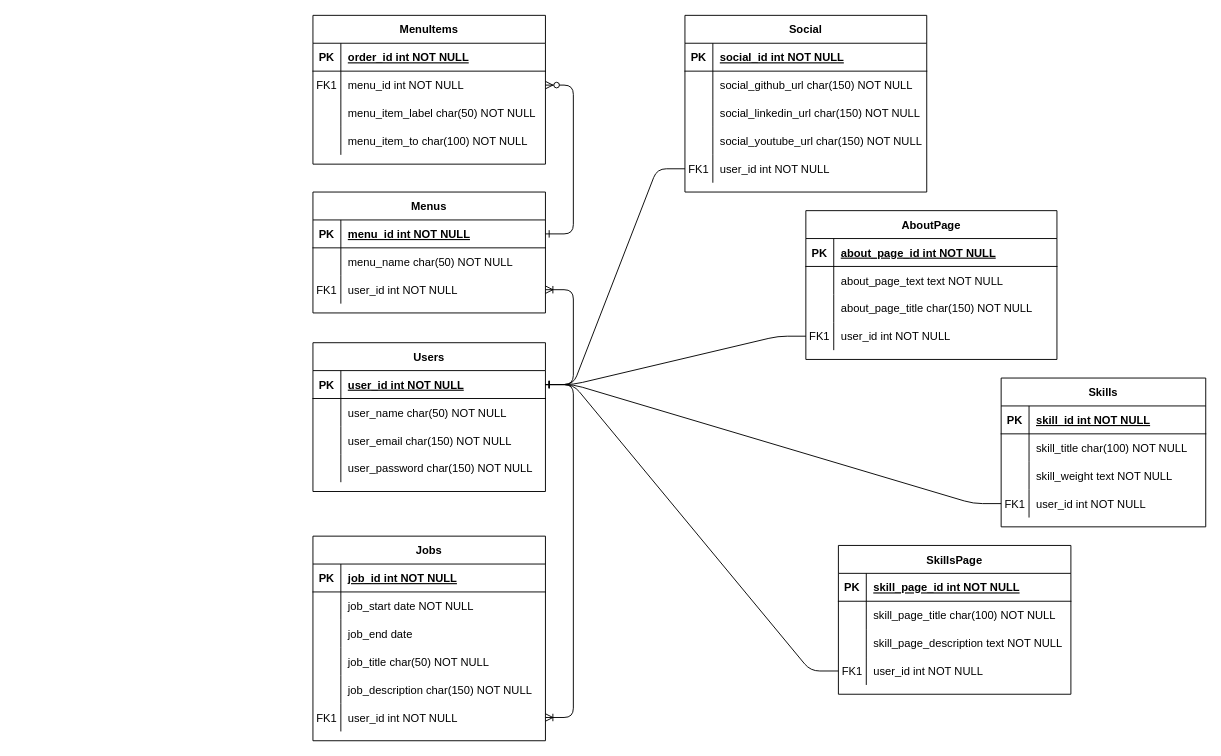
Above: ikatoo.drawio in mckatoo/clean-arch-fullcycle (draw.io), before the change. Source tidied: cells renumbered, new cells numbered last; positions are measured from the earlier drawing's top-left corner, leaving out a move shared by most shapes. Both pictures are drawn from the tidied source at 93%, with x=0, y=0 at pixel (312, 15).
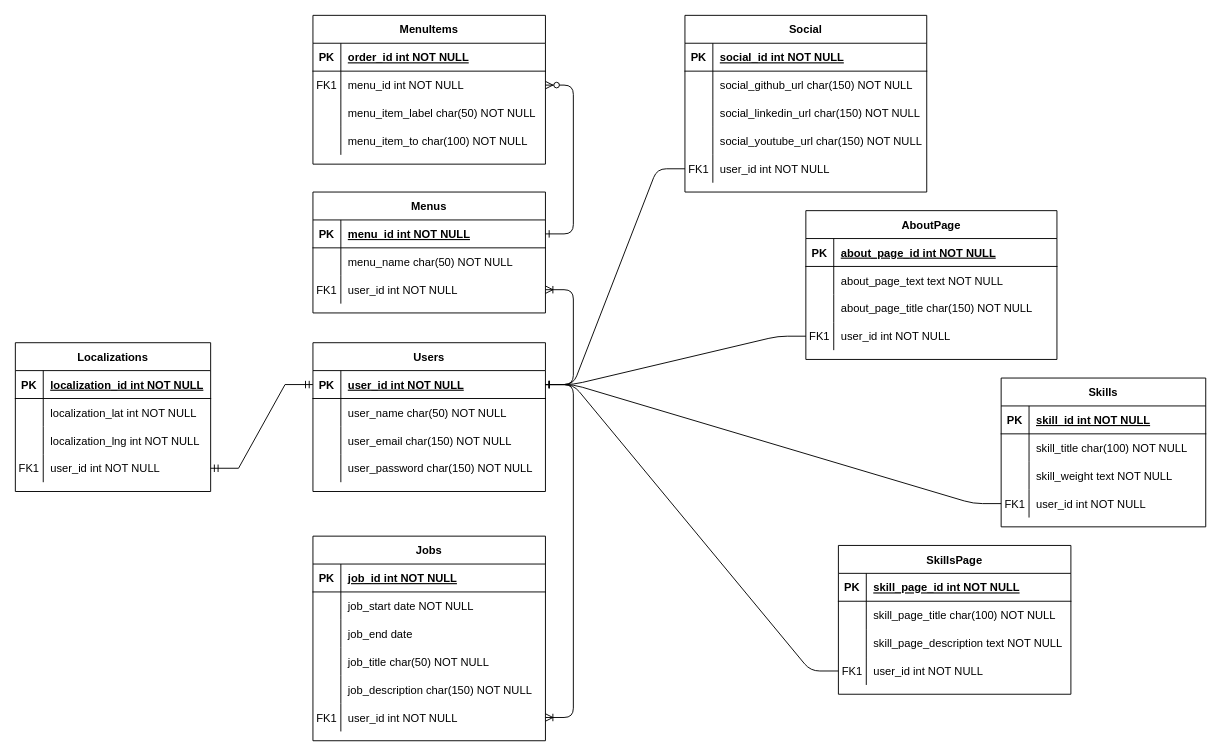
The same diagram, later.

Commit message:
Add localization entity with relationship on user entity

Unchanged cells that the change refers to:
```xml
<mxCell id="43" style="shape=partialRectangle;fillColor=none;points=[[0,0.5],[1,0.5]];portConstraint=eastwest;top=0;left=0;right=0;bottom=1;" parent="42" vertex="1">
  <mxGeometry y="30" width="250" height="30" as="geometry" />
</mxCell>
```

Change to the diagram source:
```diff
@@
+    <mxCell id="119" value="Localizations" style="shape=table;startSize=30;childLayout=tableLayout;rowLines=0;fontStyle=1;align=center;" parent="1" vertex="1">
+      <mxGeometry x="-320" y="352" width="210" height="160" as="geometry" />
+    </mxCell>
+    <mxCell id="120" style="shape=tableRow;horizontal=0;startSize=0;swimlaneHead=0;swimlaneBody=0;fillColor=none;top=0;left=0;right=0;bottom=1;" parent="119" vertex="1">
+      <mxGeometry y="30" width="210" height="30" as="geometry" />
+    </mxCell>
+    <mxCell id="121" value="PK" style="shape=partialRectangle;fillColor=none;top=0;left=0;bottom=0;right=0;fontStyle=1;overflow=hidden;" parent="120" vertex="1">
+      <mxGeometry width="30" height="30" as="geometry" />
+    </mxCell>
+    <mxCell id="122" value="localization_id int NOT NULL" style="shape=partialRectangle;fillColor=none;top=0;left=0;bottom=0;right=0;align=left;spacingLeft=6;fontStyle=5;overflow=hidden;" parent="120" vertex="1">
+      <mxGeometry x="30" width="180" height="30" as="geometry" />
+    </mxCell>
+    <mxCell id="123" style="shape=tableRow;horizontal=0;startSize=0;swimlaneHead=0;swimlaneBody=0;fillColor=none;top=0;left=0;right=0;bottom=0;" parent="119" vertex="1">
+      <mxGeometry y="60" width="210" height="30" as="geometry" />
+    </mxCell>
+    <mxCell id="124" style="shape=partialRectangle;fillColor=none;top=0;left=0;bottom=0;right=0;overflow=hidden;" parent="123" vertex="1">
+      <mxGeometry width="30" height="30" as="geometry" />
+    </mxCell>
+    <mxCell id="125" value="localization_lat int NOT NULL" style="shape=partialRectangle;fillColor=none;top=0;left=0;bottom=0;right=0;align=left;spacingLeft=6;overflow=hidden;" parent="123" vertex="1">
+      <mxGeometry x="30" width="180" height="30" as="geometry" />
+    </mxCell>
+    <mxCell id="126" style="shape=tableRow;horizontal=0;startSize=0;swimlaneHead=0;swimlaneBody=0;fillColor=none;top=0;left=0;right=0;bottom=0;" parent="119" vertex="1">
+      <mxGeometry y="90" width="210" height="30" as="geometry" />
+    </mxCell>
+    <mxCell id="127" style="shape=partialRectangle;fillColor=none;top=0;left=0;bottom=0;right=0;overflow=hidden;" parent="126" vertex="1">
+      <mxGeometry width="30" height="30" as="geometry" />
+    </mxCell>
+    <mxCell id="128" value="localization_lng int NOT NULL" style="shape=partialRectangle;fillColor=none;top=0;left=0;bottom=0;right=0;align=left;spacingLeft=6;overflow=hidden;" parent="126" vertex="1">
+      <mxGeometry x="30" width="180" height="30" as="geometry" />
+    </mxCell>
+    <mxCell id="129" style="shape=tableRow;horizontal=0;startSize=0;swimlaneHead=0;swimlaneBody=0;fillColor=none;points=[[0,0.5],[1,0.5]];portConstraint=eastwest;top=0;left=0;right=0;bottom=0;" parent="119" vertex="1">
+      <mxGeometry y="120" width="210" height="30" as="geometry" />
+    </mxCell>
+    <mxCell id="130" value="FK1" style="shape=partialRectangle;fillColor=none;top=0;left=0;bottom=0;right=0;overflow=hidden;" parent="129" vertex="1">
+      <mxGeometry width="30" height="30" as="geometry" />
+    </mxCell>
+    <mxCell id="131" value="user_id int NOT NULL" style="shape=partialRectangle;fillColor=none;top=0;left=0;bottom=0;right=0;align=left;spacingLeft=6;overflow=hidden;" parent="129" vertex="1">
+      <mxGeometry x="30" width="180" height="30" as="geometry" />
+    </mxCell>
+    <mxCell id="132" style="edgeStyle=entityRelationEdgeStyle;fontSize=12;html=1;endArrow=ERmandOne;startArrow=ERmandOne;rounded=0;" parent="1" edge="1" source="129" target="43">
+      <mxGeometry relative="1" as="geometry" />
+    </mxCell>
```
